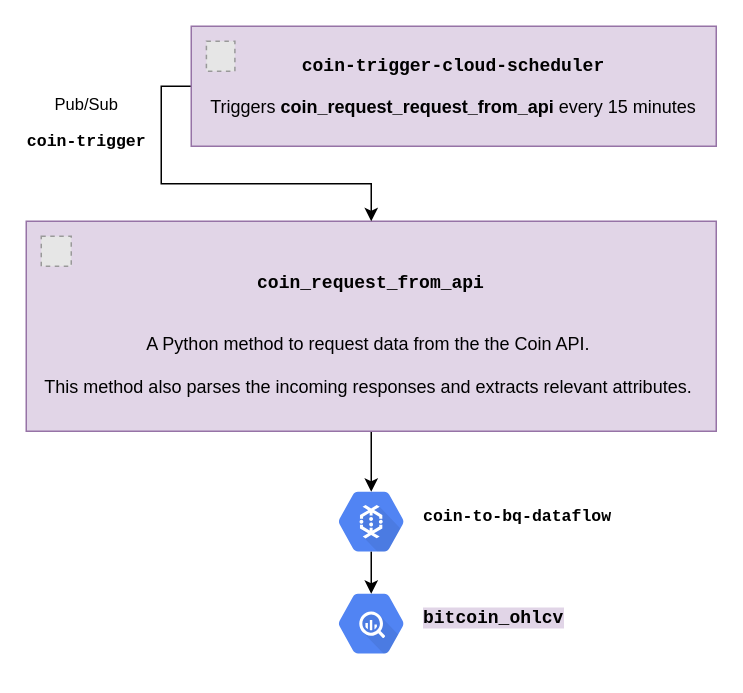
This is page "CoinAPI Zoom-in" (4 of 6) of documentation/DataFlow.drawio from ptgrigorov27/TheMask, a draw.io file, before an edit. Source tidied: cells renumbered, new cells numbered last; positions are measured from the earlier drawing's top-left corner, leaving out a move shared by most shapes. Both pictures are drawn from the tidied source at 150%, with x=0, y=0 at pixel (26, 26). Pictures stored in the file or linked from it are replaced by grey dashed boxes.
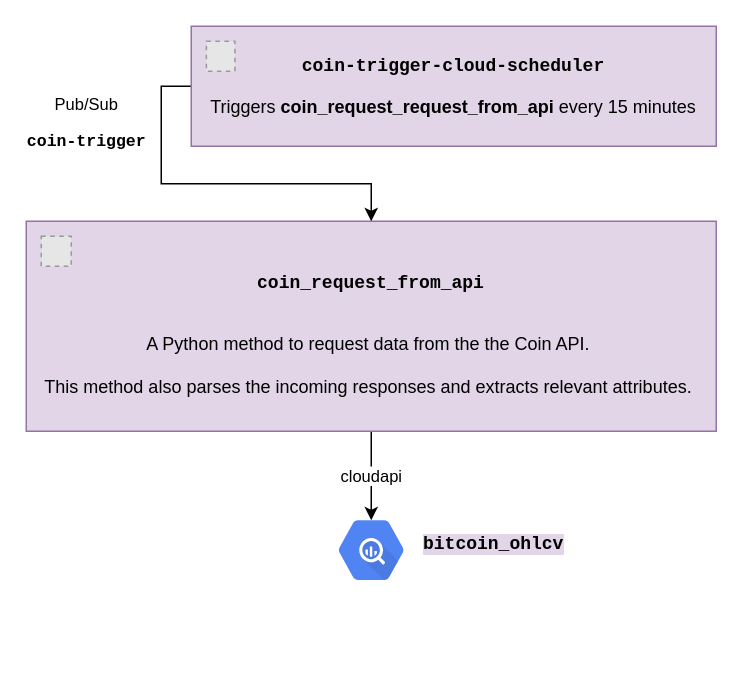
After the change.

Commit message (it also covers changes not shown here):
Replaced dataflow component with ingest via cloudapi from python code

Diff of the diagram source:
```diff
@@
 <mxGraphModel>
   <root>
     <mxCell id="0" />
     <mxCell id="1" parent="0" />
-    <mxCell id="2" style="edgeStyle=orthogonalEdgeStyle;rounded=0;jettySize=auto;html=1;exitX=0.5;exitY=1;exitDx=0;exitDy=0;entryX=0.5;entryY=0.16;entryDx=0;entryDy=0;entryPerimeter=0;" parent="1" edge="1" source="3" target="10">
+    <mxCell id="2" value="cloudapi" style="edgeStyle=orthogonalEdgeStyle;rounded=0;jettySize=auto;html=1;exitX=0.5;exitY=1;exitDx=0;exitDy=0;entryX=0.5;entryY=0.16;entryDx=0;entryDy=0;entryPerimeter=0;" parent="1" edge="1" source="3" target="8">
       <mxGeometry relative="1" as="geometry" />
     </mxCell>
     <mxCell id="3" value="&lt;pre&gt;&lt;b&gt;coin_request_from_api&lt;/b&gt;&lt;/pre&gt;&lt;br&gt;A Python method to request data from the the Coin API.&amp;nbsp;&lt;br&gt;&lt;br&gt;This method also parses the incoming responses and extracts relevant attributes.&amp;nbsp;" style="rounded=0;whiteSpace=wrap;html=1;fillColor=#e1d5e7;strokeColor=#9673a6;spacingLeft=8;spacingRight=8;" parent="1" vertex="1">
       <mxGeometry y="130" width="460" height="140" as="geometry" />
     </mxCell>
     <mxCell id="4" value="Pub/Sub&lt;br&gt;&lt;pre&gt;&lt;b&gt;coin-trigger&lt;/b&gt;&lt;/pre&gt;" style="edgeStyle=orthogonalEdgeStyle;rounded=0;jettySize=auto;html=1;exitX=0;exitY=0.5;exitDx=0;exitDy=0;entryX=0.5;entryY=0;entryDx=0;entryDy=0;" parent="1" edge="1" source="5" target="3">
       <mxGeometry x="-0.6" y="-50" relative="1" as="geometry" />
     </mxCell>
     <mxCell id="5" value="&lt;pre&gt;&lt;b&gt;coin-trigger-cloud-scheduler&lt;/b&gt;&lt;/pre&gt;&lt;p&gt;Triggers&amp;nbsp;&lt;b&gt;coin_&lt;/b&gt;&lt;b&gt;request_&lt;/b&gt;&lt;b&gt;request_&lt;/b&gt;&lt;b style=&quot;font-family: &amp;#34;helvetica&amp;#34;&quot;&gt;from_api &lt;/b&gt;&lt;span style=&quot;font-family: &amp;#34;helvetica&amp;#34;&quot;&gt;every 15 minutes&lt;/span&gt;&lt;/p&gt;&lt;p&gt;&lt;/p&gt;" style="rounded=0;whiteSpace=wrap;html=1;fillColor=#e1d5e7;strokeColor=#9673a6;" parent="1" vertex="1">
       <mxGeometry x="110" width="350" height="80" as="geometry" />
     </mxCell>
     <mxCell id="6" style="fillColor=#E6E6E6;strokeColor=#999999;dashed=1;verticalLabelPosition=bottom;labelBackgroundColor=#ffffff;verticalAlign=top;" parent="1" vertex="1">
       <mxGeometry x="10" y="140" width="20" height="20" as="geometry" />
     </mxCell>
     <mxCell id="7" style="fillColor=#E6E6E6;strokeColor=#999999;dashed=1;verticalLabelPosition=bottom;labelBackgroundColor=#ffffff;verticalAlign=top;" parent="1" vertex="1">
       <mxGeometry x="120.1" y="10" width="19" height="20" as="geometry" />
     </mxCell>
     <mxCell id="8" value="&lt;pre style=&quot;color: rgb(0 , 0 , 0) ; font-size: 12px ; font-weight: 400&quot;&gt;&lt;span style=&quot;background-color: rgb(225 , 213 , 231)&quot;&gt;&lt;b&gt;bitcoin_ohlcv&lt;/b&gt;&lt;/span&gt;&lt;/pre&gt;" style="sketch=0;html=1;fillColor=#5184F3;strokeColor=none;verticalAlign=middle;labelPosition=right;verticalLabelPosition=middle;align=left;spacingTop=-6;fontSize=11;fontStyle=1;fontColor=#999999;shape=mxgraph.gcp2.hexIcon;prIcon=bigquery;" parent="1" vertex="1">
-      <mxGeometry x="197" y="369" width="66" height="58.5" as="geometry" />
+      <mxGeometry x="197" y="320" width="66" height="58.5" as="geometry" />
     </mxCell>
-    <mxCell id="9" style="edgeStyle=orthogonalEdgeStyle;rounded=0;jettySize=auto;html=1;exitX=0.5;exitY=0.84;exitDx=0;exitDy=0;exitPerimeter=0;entryX=0.5;entryY=0.16;entryDx=0;entryDy=0;entryPerimeter=0;" parent="1" edge="1" source="10" target="8">
-      <mxGeometry relative="1" as="geometry" />
-    </mxCell>
-    <mxCell id="10" value="&lt;pre style=&quot;color: rgb(0 , 0 , 0) ; font-weight: 400&quot;&gt;&lt;b&gt;coin-to-bq-dataflow&lt;/b&gt;&lt;/pre&gt;" style="sketch=0;html=1;fillColor=#5184F3;strokeColor=none;verticalAlign=middle;labelPosition=right;verticalLabelPosition=middle;align=left;spacingTop=-6;fontSize=11;fontStyle=1;fontColor=#999999;shape=mxgraph.gcp2.hexIcon;prIcon=cloud_dataflow;horizontal=1;textDirection=ltr;" parent="1" vertex="1">
-      <mxGeometry x="197" y="301" width="66" height="58.5" as="geometry" />
-    </mxCell>
   </root>
 </mxGraphModel>
```
